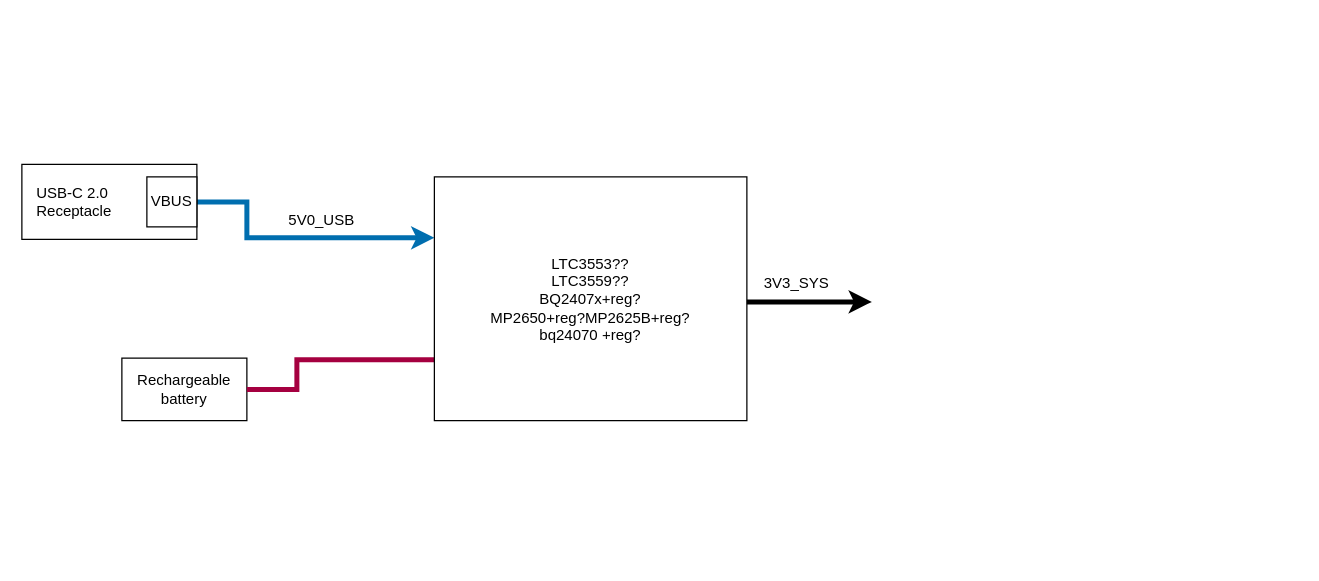
This is page "Power path" (2 of 2) of hw_architecture/alarm_clk_blk.drawio from DawsonTheroux/alarm_clock, a draw.io file, before an edit. Source tidied: cells renumbered, new cells numbered last; positions are measured from the earlier drawing's top-left corner, leaving out a move shared by most shapes. Both pictures are drawn from the tidied source at 125%, with x=0, y=0 at pixel (21, 164).
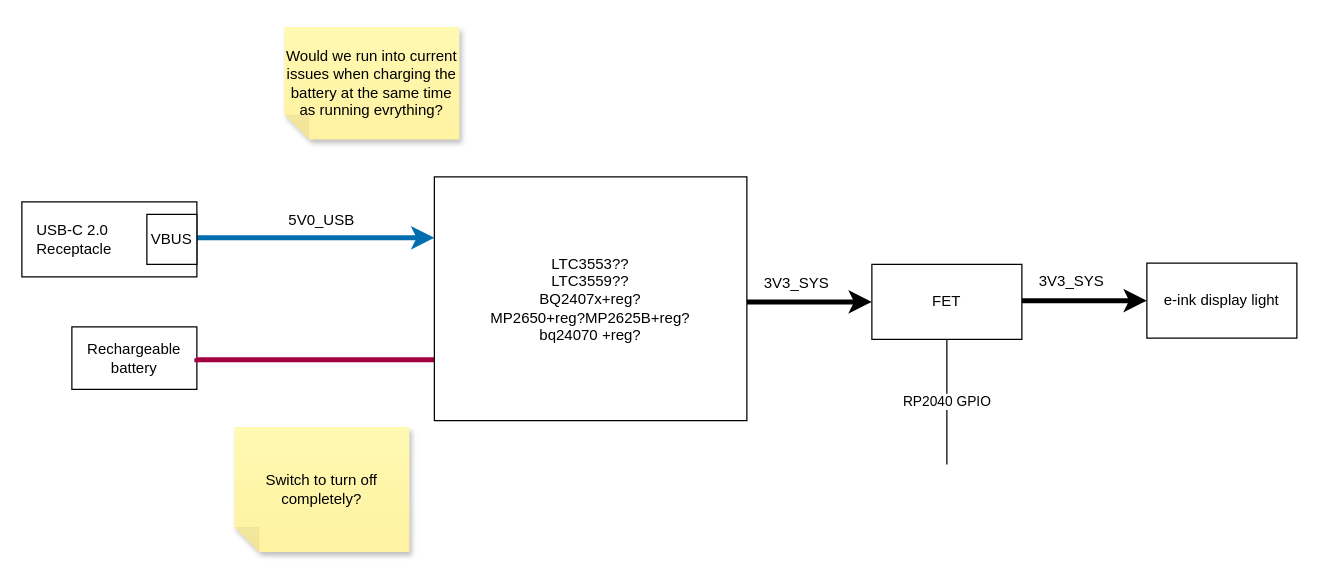
After the change.

Commit message (it also covers changes not shown here):
Updated hw design and grouped peripherals by I2C, SPI, GPIO

The change refers to these unchanged cells:
```xml
<mxCell id="6" value="LTC3553??&lt;div&gt;LTC3559??&lt;/div&gt;&lt;div&gt;BQ2407x+reg?&lt;br&gt;&lt;/div&gt;&lt;div&gt;MP2650+reg?MP2625B+reg?&lt;br&gt;&lt;/div&gt;&lt;div&gt;bq24070 +reg?&lt;br&gt;&lt;/div&gt;" style="rounded=0;whiteSpace=wrap;html=1;" parent="1" vertex="1">
  <mxGeometry x="330" y="10" width="250" height="195" as="geometry" />
</mxCell>
<mxCell id="11" value="VBUS" style="whiteSpace=wrap;html=1;" parent="9" vertex="1">
  <mxGeometry x="100" y="10" width="40" height="40" as="geometry" />
</mxCell>
```

Diff of the diagram source:
```diff
@@
     <mxCell id="2" style="edgeStyle=orthogonalEdgeStyle;rounded=0;jettySize=auto;html=1;entryX=0;entryY=0.25;entryDx=0;entryDy=0;fillColor=#1ba1e2;strokeColor=#006EAF;strokeWidth=4;exitX=1;exitY=0.5;exitDx=0;exitDy=0;" parent="1" edge="1" source="11" target="6">
       <mxGeometry relative="1" as="geometry">
         <Array as="points">
-          <mxPoint x="180" y="30" />
-          <mxPoint x="180" y="59" />
+          <mxPoint x="140" y="59" />
         </Array>
       </mxGeometry>
     </mxCell>
     <mxCell id="3" value="Rechargeable battery" style="rounded=0;whiteSpace=wrap;html=1;align=center;" parent="1" vertex="1">
-      <mxGeometry x="80" y="155" width="100" height="50" as="geometry" />
+      <mxGeometry x="40" y="130" width="100" height="50" as="geometry" />
     </mxCell>
@@
     <mxCell id="5" style="edgeStyle=orthogonalEdgeStyle;rounded=0;jettySize=auto;html=1;fillColor=#d80073;strokeColor=#A50040;strokeWidth=4;exitX=1;exitY=0.5;exitDx=0;exitDy=0;entryX=0;entryY=0.75;entryDx=0;entryDy=0;endArrow=none;endFill=0;" parent="1" edge="1" source="3" target="6">
       <mxGeometry relative="1" as="geometry">
         <Array as="points">
-          <mxPoint x="220" y="180" />
-          <mxPoint x="220" y="156" />
+          <mxPoint x="140" y="156" />
         </Array>
       </mxGeometry>
     </mxCell>
@@
     <mxCell id="9" style="group;" parent="1" vertex="1">
-      <mxGeometry width="140" height="60" as="geometry" />
+      <mxGeometry y="30" width="140" height="60" as="geometry" />
     </mxCell>
@@
+    <mxCell id="12" value="RP2040 GPIO" style="edgeStyle=orthogonalEdgeStyle;rounded=0;jettySize=auto;html=1;endArrow=none;endFill=0;" parent="1" edge="1" source="13">
+      <mxGeometry relative="1" as="geometry">
+        <mxPoint x="740" y="240" as="targetPoint" />
+      </mxGeometry>
+    </mxCell>
+    <mxCell id="13" value="FET" style="rounded=0;whiteSpace=wrap;html=1;" parent="1" vertex="1">
+      <mxGeometry x="680" y="80" width="120" height="60" as="geometry" />
+    </mxCell>
+    <mxCell id="14" value="3V3_SYS" style="text;html=1;align=center;verticalAlign=middle;whiteSpace=wrap;rounded=0;" parent="1" vertex="1">
+      <mxGeometry x="810" y="79" width="60" height="30" as="geometry" />
+    </mxCell>
+    <mxCell id="15" style="edgeStyle=orthogonalEdgeStyle;rounded=0;orthogonalLoop=1;jettySize=auto;html=1;strokeWidth=4;" parent="1" edge="1">
+      <mxGeometry relative="1" as="geometry">
+        <mxPoint x="800" y="109" as="sourcePoint" />
+        <mxPoint x="900" y="109" as="targetPoint" />
+      </mxGeometry>
+    </mxCell>
+    <mxCell id="16" value="e-ink display light" style="rounded=0;whiteSpace=wrap;html=1;" parent="1" vertex="1">
+      <mxGeometry x="900" y="79" width="120" height="60" as="geometry" />
+    </mxCell>
+    <mxCell id="17" value="Would we run into current issues when charging the battery at the same time as running evrything?" style="shape=note;whiteSpace=wrap;html=1;backgroundOutline=1;fontColor=#000000;darkOpacity=0.05;fillColor=#FFF9B2;strokeColor=none;fillStyle=solid;direction=west;gradientDirection=north;gradientColor=#FFF2A1;shadow=1;size=20;" parent="1" vertex="1">
+      <mxGeometry x="210" y="-110" width="140" height="90" as="geometry" />
+    </mxCell>
+    <mxCell id="18" value="Switch to turn off completely?" style="shape=note;whiteSpace=wrap;html=1;backgroundOutline=1;fontColor=#000000;darkOpacity=0.05;fillColor=#FFF9B2;strokeColor=none;fillStyle=solid;direction=west;gradientDirection=north;gradientColor=#FFF2A1;shadow=1;size=20;" parent="1" vertex="1">
+      <mxGeometry x="170" y="210" width="140" height="100" as="geometry" />
+    </mxCell>
```
